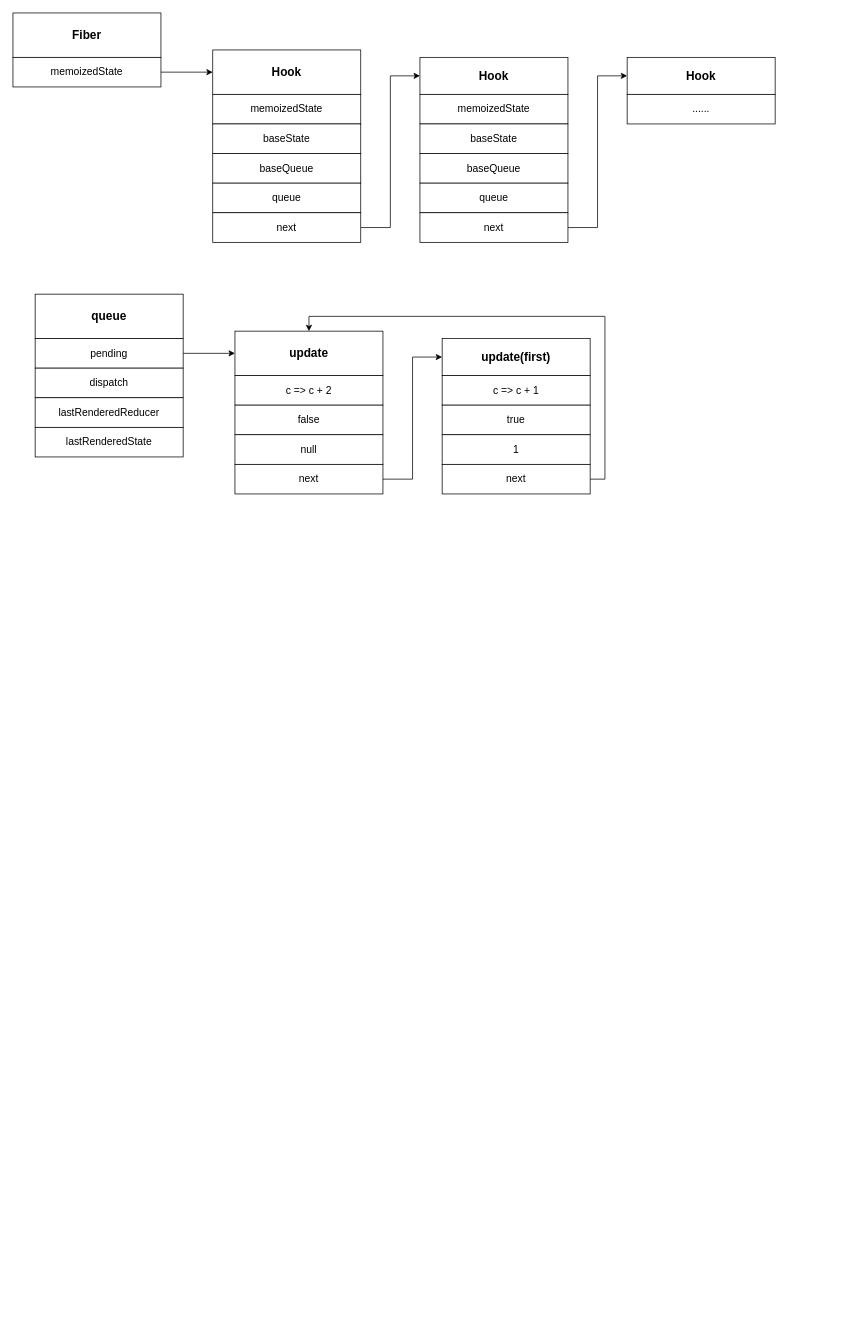
Earlier version of the draw.io diagram react/react hooks.drawio (W4yneChen/draw). Source tidied: cells renumbered, new cells numbered last; positions are measured from the earlier drawing's top-left corner, leaving out a move shared by most shapes. Both pictures are drawn from the tidied source at 74%, with x=0, y=0 at pixel (13, 13).
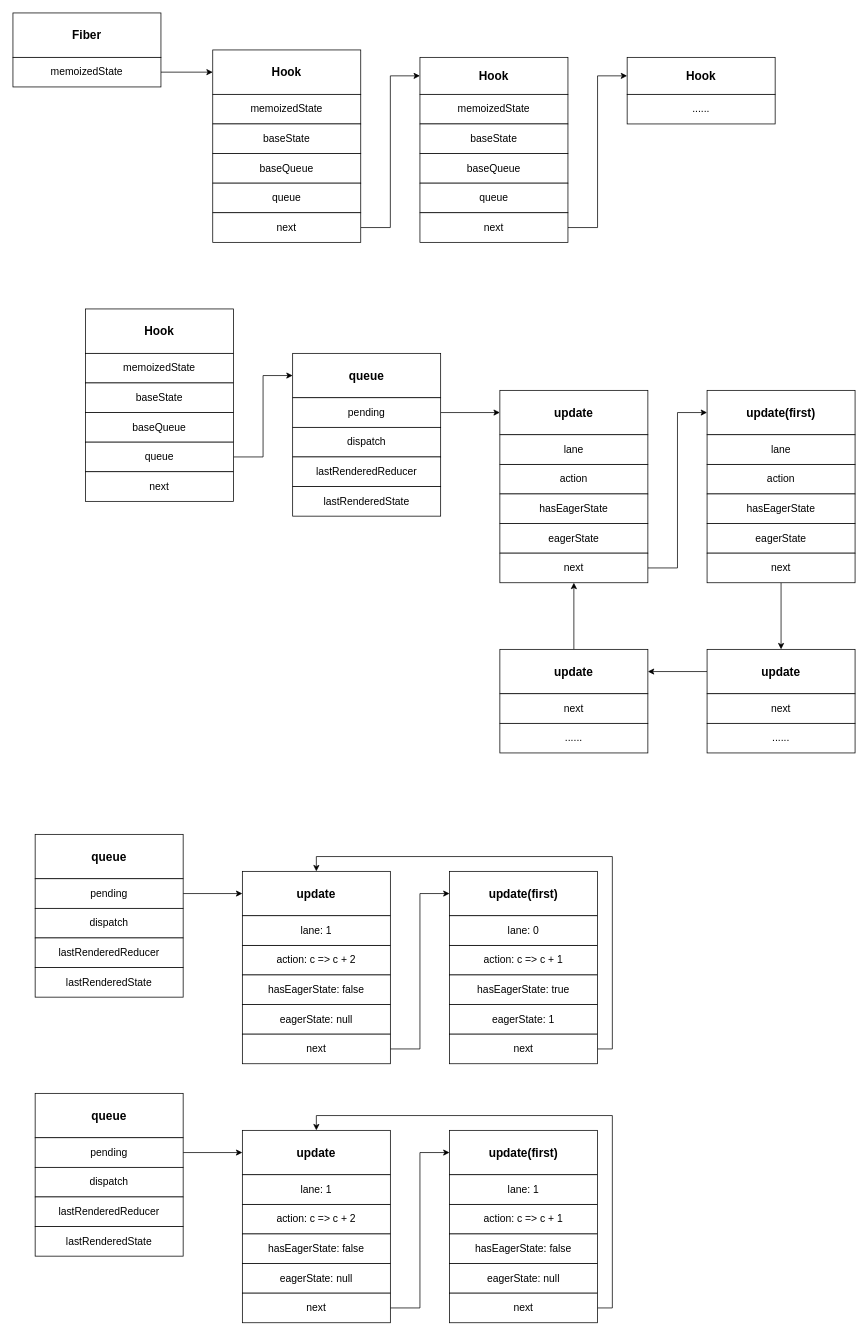
The same diagram, later.

Change to the diagram source:
```diff
@@
     <mxCell id="21" value="queue" style="rounded=0;whiteSpace=wrap;html=1;verticalAlign=middle;fontSize=16;fontStyle=1;" parent="1" vertex="1">
-      <mxGeometry x="30" y="380" width="200" height="60" as="geometry" />
+      <mxGeometry x="378" y="460" width="200" height="60" as="geometry" />
     </mxCell>
@@
     <mxCell id="23" value="pending" style="rounded=0;whiteSpace=wrap;html=1;fontSize=14;" parent="1" vertex="1">
-      <mxGeometry x="30" y="440" width="200" height="40" as="geometry" />
+      <mxGeometry x="378" y="520" width="200" height="40" as="geometry" />
     </mxCell>
     <mxCell id="24" value="update" style="rounded=0;whiteSpace=wrap;html=1;verticalAlign=middle;fontSize=16;fontStyle=1;" parent="1" vertex="1">
-      <mxGeometry x="300" y="430" width="200" height="60" as="geometry" />
+      <mxGeometry x="658" y="510" width="200" height="60" as="geometry" />
     </mxCell>
-    <mxCell id="25" value="c =&amp;gt; c + 2" style="rounded=0;whiteSpace=wrap;html=1;fontSize=14;" parent="1" vertex="1">
-      <mxGeometry x="300" y="490" width="200" height="40" as="geometry" />
+    <mxCell id="25" value="action" style="rounded=0;whiteSpace=wrap;html=1;fontSize=14;" parent="1" vertex="1">
+      <mxGeometry x="658" y="610" width="200" height="40" as="geometry" />
     </mxCell>
-    <mxCell id="26" value="false" style="rounded=0;whiteSpace=wrap;html=1;fontSize=14;" parent="1" vertex="1">
-      <mxGeometry x="300" y="530" width="200" height="40" as="geometry" />
+    <mxCell id="26" value="hasEagerState" style="rounded=0;whiteSpace=wrap;html=1;fontSize=14;" parent="1" vertex="1">
+      <mxGeometry x="658" y="650" width="200" height="40" as="geometry" />
     </mxCell>
-    <mxCell id="27" value="null" style="rounded=0;whiteSpace=wrap;html=1;fontSize=14;" parent="1" vertex="1">
-      <mxGeometry x="300" y="570" width="200" height="40" as="geometry" />
+    <mxCell id="27" value="eagerState" style="rounded=0;whiteSpace=wrap;html=1;fontSize=14;" parent="1" vertex="1">
+      <mxGeometry x="658" y="690" width="200" height="40" as="geometry" />
     </mxCell>
+    <mxCell id="39" style="edgeStyle=orthogonalEdgeStyle;rounded=0;jettySize=auto;html=1;exitX=1;exitY=0.5;exitDx=0;exitDy=0;entryX=0;entryY=0.5;entryDx=0;entryDy=0;" parent="1" edge="1" source="28" target="41">
+      <mxGeometry relative="1" as="geometry" />
+    </mxCell>
     <mxCell id="28" value="next" style="rounded=0;whiteSpace=wrap;html=1;fontSize=14;" parent="1" vertex="1">
-      <mxGeometry x="300" y="610" width="200" height="40" as="geometry" />
+      <mxGeometry x="658" y="730" width="200" height="40" as="geometry" />
     </mxCell>
-    <mxCell id="29" style="edgeStyle=orthogonalEdgeStyle;rounded=0;jettySize=auto;html=1;exitX=1;exitY=0.5;exitDx=0;exitDy=0;entryX=0;entryY=0.5;entryDx=0;entryDy=0;fontSize=14;" parent="1" edge="1" source="28" target="30">
-      <mxGeometry relative="1" as="geometry" />
-    </mxCell>
-    <mxCell id="30" value="update(first)" style="rounded=0;whiteSpace=wrap;html=1;verticalAlign=middle;fontSize=16;fontStyle=1;" parent="1" vertex="1">
-      <mxGeometry x="580" y="440" width="200" height="50" as="geometry" />
-    </mxCell>
-    <mxCell id="31" value="c =&amp;gt; c + 1" style="rounded=0;whiteSpace=wrap;html=1;fontSize=14;" parent="1" vertex="1">
-      <mxGeometry x="580" y="490" width="200" height="40" as="geometry" />
-    </mxCell>
-    <mxCell id="32" value="true" style="rounded=0;whiteSpace=wrap;html=1;fontSize=14;" parent="1" vertex="1">
-      <mxGeometry x="580" y="530" width="200" height="40" as="geometry" />
-    </mxCell>
-    <mxCell id="33" value="1" style="rounded=0;whiteSpace=wrap;html=1;fontSize=14;" parent="1" vertex="1">
-      <mxGeometry x="580" y="570" width="200" height="40" as="geometry" />
-    </mxCell>
-    <mxCell id="34" style="edgeStyle=orthogonalEdgeStyle;rounded=0;jettySize=auto;html=1;exitX=1;exitY=0.5;exitDx=0;exitDy=0;entryX=0.5;entryY=0;entryDx=0;entryDy=0;" parent="1" edge="1" source="35" target="24">
-      <mxGeometry relative="1" as="geometry" />
-    </mxCell>
-    <mxCell id="35" value="next" style="rounded=0;whiteSpace=wrap;html=1;fontSize=14;" parent="1" vertex="1">
-      <mxGeometry x="580" y="610" width="200" height="40" as="geometry" />
-    </mxCell>
     <mxCell id="36" value="dispatch" style="rounded=0;whiteSpace=wrap;html=1;fontSize=14;" parent="1" vertex="1">
-      <mxGeometry x="30" y="480" width="200" height="40" as="geometry" />
+      <mxGeometry x="378" y="560" width="200" height="40" as="geometry" />
     </mxCell>
     <mxCell id="37" value="lastRenderedReducer" style="rounded=0;whiteSpace=wrap;html=1;fontSize=14;" parent="1" vertex="1">
-      <mxGeometry x="30" y="520" width="200" height="40" as="geometry" />
+      <mxGeometry x="378" y="600" width="200" height="40" as="geometry" />
     </mxCell>
     <mxCell id="38" value="lastRenderedState" style="rounded=0;whiteSpace=wrap;html=1;fontSize=14;" parent="1" vertex="1">
-      <mxGeometry x="30" y="560" width="200" height="40" as="geometry" />
+      <mxGeometry x="378" y="640" width="200" height="40" as="geometry" />
     </mxCell>
+    <mxCell id="40" value="lane" style="rounded=0;whiteSpace=wrap;html=1;fontSize=14;" parent="1" vertex="1">
+      <mxGeometry x="658" y="570" width="200" height="40" as="geometry" />
+    </mxCell>
+    <mxCell id="41" value="update(first)" style="rounded=0;whiteSpace=wrap;html=1;verticalAlign=middle;fontSize=16;fontStyle=1;" parent="1" vertex="1">
+      <mxGeometry x="938" y="510" width="200" height="60" as="geometry" />
+    </mxCell>
+    <mxCell id="42" value="action" style="rounded=0;whiteSpace=wrap;html=1;fontSize=14;" parent="1" vertex="1">
+      <mxGeometry x="938" y="610" width="200" height="40" as="geometry" />
+    </mxCell>
+    <mxCell id="43" value="hasEagerState" style="rounded=0;whiteSpace=wrap;html=1;fontSize=14;" parent="1" vertex="1">
+      <mxGeometry x="938" y="650" width="200" height="40" as="geometry" />
+    </mxCell>
+    <mxCell id="44" value="eagerState" style="rounded=0;whiteSpace=wrap;html=1;fontSize=14;" parent="1" vertex="1">
+      <mxGeometry x="938" y="690" width="200" height="40" as="geometry" />
+    </mxCell>
+    <mxCell id="45" style="edgeStyle=orthogonalEdgeStyle;rounded=0;jettySize=auto;html=1;exitX=0.5;exitY=1;exitDx=0;exitDy=0;entryX=0.5;entryY=0;entryDx=0;entryDy=0;" parent="1" edge="1" source="46" target="53">
+      <mxGeometry relative="1" as="geometry" />
+    </mxCell>
+    <mxCell id="46" value="next" style="rounded=0;whiteSpace=wrap;html=1;fontSize=14;" parent="1" vertex="1">
+      <mxGeometry x="938" y="730" width="200" height="40" as="geometry" />
+    </mxCell>
+    <mxCell id="47" value="lane" style="rounded=0;whiteSpace=wrap;html=1;fontSize=14;" parent="1" vertex="1">
+      <mxGeometry x="938" y="570" width="200" height="40" as="geometry" />
+    </mxCell>
+    <mxCell id="48" style="edgeStyle=orthogonalEdgeStyle;rounded=0;jettySize=auto;html=1;exitX=0.5;exitY=0;exitDx=0;exitDy=0;entryX=0.5;entryY=1;entryDx=0;entryDy=0;" parent="1" edge="1" source="49" target="28">
+      <mxGeometry relative="1" as="geometry" />
+    </mxCell>
+    <mxCell id="49" value="update" style="rounded=0;whiteSpace=wrap;html=1;verticalAlign=middle;fontSize=16;fontStyle=1;" parent="1" vertex="1">
+      <mxGeometry x="658" y="860" width="200" height="60" as="geometry" />
+    </mxCell>
+    <mxCell id="50" value="next" style="rounded=0;whiteSpace=wrap;html=1;fontSize=14;" parent="1" vertex="1">
+      <mxGeometry x="658" y="920" width="200" height="40" as="geometry" />
+    </mxCell>
+    <mxCell id="51" value="......" style="rounded=0;whiteSpace=wrap;html=1;fontSize=14;" parent="1" vertex="1">
+      <mxGeometry x="658" y="960" width="200" height="40" as="geometry" />
+    </mxCell>
+    <mxCell id="52" style="edgeStyle=orthogonalEdgeStyle;rounded=0;jettySize=auto;html=1;exitX=0;exitY=0.5;exitDx=0;exitDy=0;entryX=1;entryY=0.5;entryDx=0;entryDy=0;" parent="1" edge="1" source="53" target="49">
+      <mxGeometry relative="1" as="geometry" />
+    </mxCell>
+    <mxCell id="53" value="update" style="rounded=0;whiteSpace=wrap;html=1;verticalAlign=middle;fontSize=16;fontStyle=1;" parent="1" vertex="1">
+      <mxGeometry x="938" y="860" width="200" height="60" as="geometry" />
+    </mxCell>
+    <mxCell id="54" value="next" style="rounded=0;whiteSpace=wrap;html=1;fontSize=14;" parent="1" vertex="1">
+      <mxGeometry x="938" y="920" width="200" height="40" as="geometry" />
+    </mxCell>
+    <mxCell id="55" value="......" style="rounded=0;whiteSpace=wrap;html=1;fontSize=14;" parent="1" vertex="1">
+      <mxGeometry x="938" y="960" width="200" height="40" as="geometry" />
+    </mxCell>
+    <mxCell id="56" value="queue" style="rounded=0;whiteSpace=wrap;html=1;verticalAlign=middle;fontSize=16;fontStyle=1;" parent="1" vertex="1">
+      <mxGeometry x="30" y="1110" width="200" height="60" as="geometry" />
+    </mxCell>
+    <mxCell id="57" style="edgeStyle=orthogonalEdgeStyle;rounded=0;jettySize=auto;html=1;exitX=1;exitY=0.5;exitDx=0;exitDy=0;entryX=0;entryY=0.5;entryDx=0;entryDy=0;fontSize=14;" parent="1" edge="1" source="58" target="59">
+      <mxGeometry relative="1" as="geometry" />
+    </mxCell>
+    <mxCell id="58" value="pending" style="rounded=0;whiteSpace=wrap;html=1;fontSize=14;" parent="1" vertex="1">
+      <mxGeometry x="30" y="1170" width="200" height="40" as="geometry" />
+    </mxCell>
+    <mxCell id="59" value="update" style="rounded=0;whiteSpace=wrap;html=1;verticalAlign=middle;fontSize=16;fontStyle=1;" parent="1" vertex="1">
+      <mxGeometry x="310" y="1160" width="200" height="60" as="geometry" />
+    </mxCell>
+    <mxCell id="60" value="action: c =&amp;gt; c + 2" style="rounded=0;whiteSpace=wrap;html=1;fontSize=14;" parent="1" vertex="1">
+      <mxGeometry x="310" y="1260" width="200" height="40" as="geometry" />
+    </mxCell>
+    <mxCell id="61" value="hasEagerState: false" style="rounded=0;whiteSpace=wrap;html=1;fontSize=14;" parent="1" vertex="1">
+      <mxGeometry x="310" y="1300" width="200" height="40" as="geometry" />
+    </mxCell>
+    <mxCell id="62" value="eagerState: null" style="rounded=0;whiteSpace=wrap;html=1;fontSize=14;" parent="1" vertex="1">
+      <mxGeometry x="310" y="1340" width="200" height="40" as="geometry" />
+    </mxCell>
+    <mxCell id="63" style="edgeStyle=orthogonalEdgeStyle;rounded=0;jettySize=auto;html=1;exitX=1;exitY=0.5;exitDx=0;exitDy=0;entryX=0;entryY=0.5;entryDx=0;entryDy=0;" parent="1" edge="1" source="64" target="69">
+      <mxGeometry relative="1" as="geometry" />
+    </mxCell>
+    <mxCell id="64" value="next" style="rounded=0;whiteSpace=wrap;html=1;fontSize=14;" parent="1" vertex="1">
+      <mxGeometry x="310" y="1380" width="200" height="40" as="geometry" />
+    </mxCell>
+    <mxCell id="65" value="dispatch" style="rounded=0;whiteSpace=wrap;html=1;fontSize=14;" parent="1" vertex="1">
+      <mxGeometry x="30" y="1210" width="200" height="40" as="geometry" />
+    </mxCell>
+    <mxCell id="66" value="lastRenderedReducer" style="rounded=0;whiteSpace=wrap;html=1;fontSize=14;" parent="1" vertex="1">
+      <mxGeometry x="30" y="1250" width="200" height="40" as="geometry" />
+    </mxCell>
+    <mxCell id="67" value="lastRenderedState" style="rounded=0;whiteSpace=wrap;html=1;fontSize=14;" parent="1" vertex="1">
+      <mxGeometry x="30" y="1290" width="200" height="40" as="geometry" />
+    </mxCell>
+    <mxCell id="68" value="lane: 1" style="rounded=0;whiteSpace=wrap;html=1;fontSize=14;" parent="1" vertex="1">
+      <mxGeometry x="310" y="1220" width="200" height="40" as="geometry" />
+    </mxCell>
+    <mxCell id="69" value="update(first)" style="rounded=0;whiteSpace=wrap;html=1;verticalAlign=middle;fontSize=16;fontStyle=1;" parent="1" vertex="1">
+      <mxGeometry x="590" y="1160" width="200" height="60" as="geometry" />
+    </mxCell>
+    <mxCell id="70" value="action: c =&amp;gt; c + 1" style="rounded=0;whiteSpace=wrap;html=1;fontSize=14;" parent="1" vertex="1">
+      <mxGeometry x="590" y="1260" width="200" height="40" as="geometry" />
+    </mxCell>
+    <mxCell id="71" value="hasEagerState: true" style="rounded=0;whiteSpace=wrap;html=1;fontSize=14;" parent="1" vertex="1">
+      <mxGeometry x="590" y="1300" width="200" height="40" as="geometry" />
+    </mxCell>
+    <mxCell id="72" value="eagerState: 1" style="rounded=0;whiteSpace=wrap;html=1;fontSize=14;" parent="1" vertex="1">
+      <mxGeometry x="590" y="1340" width="200" height="40" as="geometry" />
+    </mxCell>
+    <mxCell id="73" style="edgeStyle=orthogonalEdgeStyle;rounded=0;jettySize=auto;html=1;exitX=1;exitY=0.5;exitDx=0;exitDy=0;entryX=0.5;entryY=0;entryDx=0;entryDy=0;" parent="1" edge="1" source="74" target="59">
+      <mxGeometry relative="1" as="geometry" />
+    </mxCell>
+    <mxCell id="74" value="next" style="rounded=0;whiteSpace=wrap;html=1;fontSize=14;" parent="1" vertex="1">
+      <mxGeometry x="590" y="1380" width="200" height="40" as="geometry" />
+    </mxCell>
+    <mxCell id="75" value="lane: 0" style="rounded=0;whiteSpace=wrap;html=1;fontSize=14;" parent="1" vertex="1">
+      <mxGeometry x="590" y="1220" width="200" height="40" as="geometry" />
+    </mxCell>
+    <mxCell id="76" value="queue" style="rounded=0;whiteSpace=wrap;html=1;verticalAlign=middle;fontSize=16;fontStyle=1;" parent="1" vertex="1">
+      <mxGeometry x="30" y="1460" width="200" height="60" as="geometry" />
+    </mxCell>
+    <mxCell id="77" style="edgeStyle=orthogonalEdgeStyle;rounded=0;jettySize=auto;html=1;exitX=1;exitY=0.5;exitDx=0;exitDy=0;entryX=0;entryY=0.5;entryDx=0;entryDy=0;fontSize=14;" parent="1" edge="1" source="78" target="79">
+      <mxGeometry relative="1" as="geometry" />
+    </mxCell>
+    <mxCell id="78" value="pending" style="rounded=0;whiteSpace=wrap;html=1;fontSize=14;" parent="1" vertex="1">
+      <mxGeometry x="30" y="1520" width="200" height="40" as="geometry" />
+    </mxCell>
+    <mxCell id="79" value="update" style="rounded=0;whiteSpace=wrap;html=1;verticalAlign=middle;fontSize=16;fontStyle=1;" parent="1" vertex="1">
+      <mxGeometry x="310" y="1510" width="200" height="60" as="geometry" />
+    </mxCell>
+    <mxCell id="80" value="action: c =&amp;gt; c + 2" style="rounded=0;whiteSpace=wrap;html=1;fontSize=14;" parent="1" vertex="1">
+      <mxGeometry x="310" y="1610" width="200" height="40" as="geometry" />
+    </mxCell>
+    <mxCell id="81" value="hasEagerState: false" style="rounded=0;whiteSpace=wrap;html=1;fontSize=14;" parent="1" vertex="1">
+      <mxGeometry x="310" y="1650" width="200" height="40" as="geometry" />
+    </mxCell>
+    <mxCell id="82" value="eagerState: null" style="rounded=0;whiteSpace=wrap;html=1;fontSize=14;" parent="1" vertex="1">
+      <mxGeometry x="310" y="1690" width="200" height="40" as="geometry" />
+    </mxCell>
+    <mxCell id="83" style="edgeStyle=orthogonalEdgeStyle;rounded=0;jettySize=auto;html=1;exitX=1;exitY=0.5;exitDx=0;exitDy=0;entryX=0;entryY=0.5;entryDx=0;entryDy=0;" parent="1" edge="1" source="84" target="89">
+      <mxGeometry relative="1" as="geometry" />
+    </mxCell>
+    <mxCell id="84" value="next" style="rounded=0;whiteSpace=wrap;html=1;fontSize=14;" parent="1" vertex="1">
+      <mxGeometry x="310" y="1730" width="200" height="40" as="geometry" />
+    </mxCell>
+    <mxCell id="85" value="dispatch" style="rounded=0;whiteSpace=wrap;html=1;fontSize=14;" parent="1" vertex="1">
+      <mxGeometry x="30" y="1560" width="200" height="40" as="geometry" />
+    </mxCell>
+    <mxCell id="86" value="lastRenderedReducer" style="rounded=0;whiteSpace=wrap;html=1;fontSize=14;" parent="1" vertex="1">
+      <mxGeometry x="30" y="1600" width="200" height="40" as="geometry" />
+    </mxCell>
+    <mxCell id="87" value="lastRenderedState" style="rounded=0;whiteSpace=wrap;html=1;fontSize=14;" parent="1" vertex="1">
+      <mxGeometry x="30" y="1640" width="200" height="40" as="geometry" />
+    </mxCell>
+    <mxCell id="88" value="lane: 1" style="rounded=0;whiteSpace=wrap;html=1;fontSize=14;" parent="1" vertex="1">
+      <mxGeometry x="310" y="1570" width="200" height="40" as="geometry" />
+    </mxCell>
+    <mxCell id="89" value="update(first)" style="rounded=0;whiteSpace=wrap;html=1;verticalAlign=middle;fontSize=16;fontStyle=1;" parent="1" vertex="1">
+      <mxGeometry x="590" y="1510" width="200" height="60" as="geometry" />
+    </mxCell>
+    <mxCell id="90" value="action: c =&amp;gt; c + 1" style="rounded=0;whiteSpace=wrap;html=1;fontSize=14;" parent="1" vertex="1">
+      <mxGeometry x="590" y="1610" width="200" height="40" as="geometry" />
+    </mxCell>
+    <mxCell id="91" value="hasEagerState: false" style="rounded=0;whiteSpace=wrap;html=1;fontSize=14;" parent="1" vertex="1">
+      <mxGeometry x="590" y="1650" width="200" height="40" as="geometry" />
+    </mxCell>
+    <mxCell id="92" value="eagerState: null" style="rounded=0;whiteSpace=wrap;html=1;fontSize=14;" parent="1" vertex="1">
+      <mxGeometry x="590" y="1690" width="200" height="40" as="geometry" />
+    </mxCell>
+    <mxCell id="93" style="edgeStyle=orthogonalEdgeStyle;rounded=0;jettySize=auto;html=1;exitX=1;exitY=0.5;exitDx=0;exitDy=0;entryX=0.5;entryY=0;entryDx=0;entryDy=0;" parent="1" edge="1" source="94" target="79">
+      <mxGeometry relative="1" as="geometry" />
+    </mxCell>
+    <mxCell id="94" value="next" style="rounded=0;whiteSpace=wrap;html=1;fontSize=14;" parent="1" vertex="1">
+      <mxGeometry x="590" y="1730" width="200" height="40" as="geometry" />
+    </mxCell>
+    <mxCell id="95" value="lane: 1" style="rounded=0;whiteSpace=wrap;html=1;fontSize=14;" parent="1" vertex="1">
+      <mxGeometry x="590" y="1570" width="200" height="40" as="geometry" />
+    </mxCell>
+    <mxCell id="96" value="Hook" style="rounded=0;whiteSpace=wrap;html=1;verticalAlign=middle;fontSize=16;fontStyle=1;" parent="1" vertex="1">
+      <mxGeometry x="98" y="400" width="200" height="60" as="geometry" />
+    </mxCell>
+    <mxCell id="97" value="memoizedState" style="rounded=0;whiteSpace=wrap;html=1;fontSize=14;" parent="1" vertex="1">
+      <mxGeometry x="98" y="460" width="200" height="40" as="geometry" />
+    </mxCell>
+    <mxCell id="98" value="baseState" style="rounded=0;whiteSpace=wrap;html=1;fontSize=14;" parent="1" vertex="1">
+      <mxGeometry x="98" y="500" width="200" height="40" as="geometry" />
+    </mxCell>
+    <mxCell id="99" value="baseQueue" style="rounded=0;whiteSpace=wrap;html=1;fontSize=14;" parent="1" vertex="1">
+      <mxGeometry x="98" y="540" width="200" height="40" as="geometry" />
+    </mxCell>
+    <mxCell id="100" style="edgeStyle=orthogonalEdgeStyle;rounded=0;jettySize=auto;html=1;exitX=1;exitY=0.5;exitDx=0;exitDy=0;entryX=0;entryY=0.5;entryDx=0;entryDy=0;" parent="1" edge="1" source="101" target="21">
+      <mxGeometry relative="1" as="geometry" />
+    </mxCell>
+    <mxCell id="101" value="queue" style="rounded=0;whiteSpace=wrap;html=1;fontSize=14;" parent="1" vertex="1">
+      <mxGeometry x="98" y="580" width="200" height="40" as="geometry" />
+    </mxCell>
+    <mxCell id="102" value="next" style="rounded=0;whiteSpace=wrap;html=1;fontSize=14;" parent="1" vertex="1">
+      <mxGeometry x="98" y="620" width="200" height="40" as="geometry" />
+    </mxCell>
```
